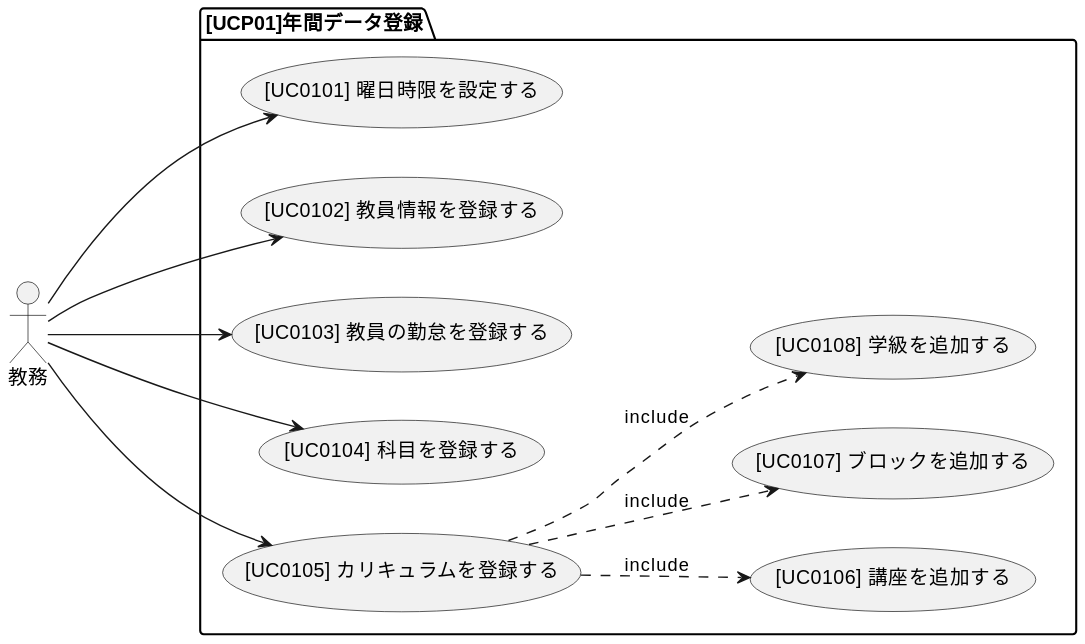
This is docs/03_要件定義/ユースケース図/UCP01_年間データ登録.svg from takayanag-i/working-in-progress, a PlantUML export, as it was before one commit.
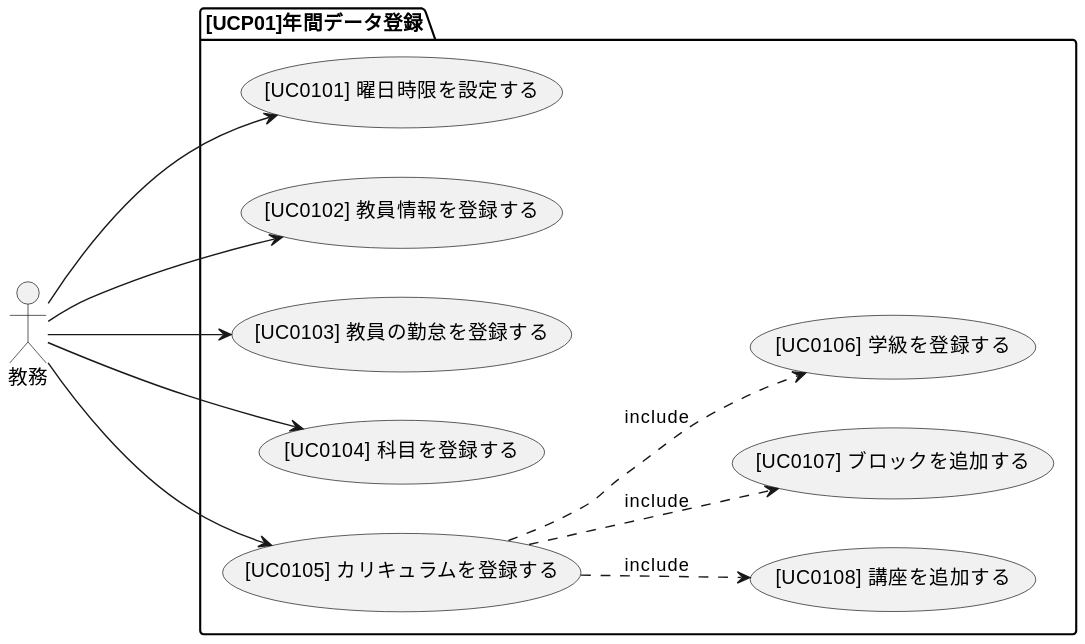
After the commit.

The edit, as a diff of the source:
```diff
@@ -10,8 +10,8 @@
         教務--->([UC0104] 科目を登録する)
         教務--->([UC0105] カリキュラムを登録する)
 
-        ([UC0105] カリキュラムを登録する) ..> ([UC0106] 講座を追加する) : include
+        ([UC0105] カリキュラムを登録する) ..> ([UC0108] 講座を追加する) : include
         ([UC0105] カリキュラムを登録する) ..> ([UC0107] ブロックを追加する) : include
-        ([UC0105] カリキュラムを登録する) ..> ([UC0108] 学級を追加する) :  include
+        ([UC0105] カリキュラムを登録する) ..> ([UC0106] 学級を登録する) :  include
     }
 @enduml
```
